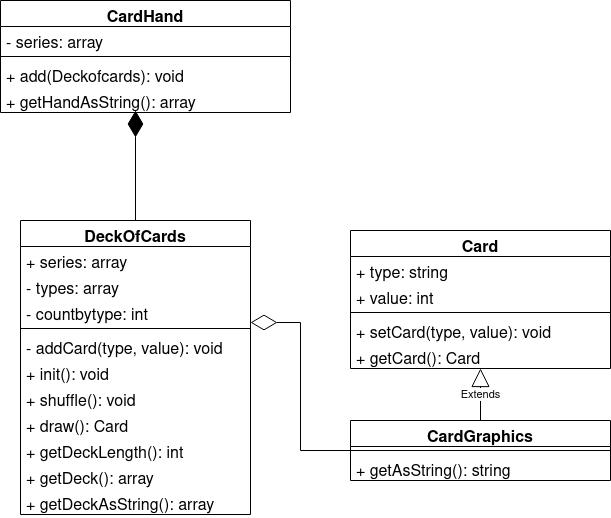
Above: public/img/uml.png in nsbcj/mvc_report (draw.io), before the change. Source tidied: cells renumbered, new cells last; positions are measured from the earlier drawing's top-left corner, leaving out a move shared by most shapes. Source of this version:
```xml
<mxGraphModel background="#FFFFFF">
  <root>
    <mxCell id="0" />
    <mxCell id="1" parent="0" />
    <mxCell id="2" value="CardHand" style="swimlane;fontStyle=1;align=center;verticalAlign=top;horizontal=1;startSize=26;fontSize=16;" parent="1" vertex="1">
      <mxGeometry width="290" height="112" as="geometry" />
    </mxCell>
    <mxCell id="3" value="- series: array" style="text;strokeColor=none;fillColor=none;align=left;verticalAlign=top;spacingLeft=4;spacingRight=4;overflow=hidden;fontSize=16;" parent="2" vertex="1">
      <mxGeometry y="26" width="290" height="26" as="geometry" />
    </mxCell>
    <mxCell id="4" style="line;strokeWidth=1;fillColor=none;align=left;verticalAlign=middle;spacingTop=-1;spacingLeft=3;spacingRight=3;labelPosition=right;strokeColor=inherit;fontSize=16;" parent="2" vertex="1">
      <mxGeometry y="52" width="290" height="8" as="geometry" />
    </mxCell>
    <mxCell id="5" value="+ add(Deckofcards): void" style="text;strokeColor=none;fillColor=none;align=left;verticalAlign=top;spacingLeft=4;spacingRight=4;overflow=hidden;fontSize=16;" parent="2" vertex="1">
      <mxGeometry y="60" width="290" height="26" as="geometry" />
    </mxCell>
    <mxCell id="6" value="+ getHandAsString(): array" style="text;strokeColor=none;fillColor=none;align=left;verticalAlign=top;spacingLeft=4;spacingRight=4;overflow=hidden;fontSize=16;" parent="2" vertex="1">
      <mxGeometry y="86" width="290" height="26" as="geometry" />
    </mxCell>
    <mxCell id="7" value="DeckOfCards" style="swimlane;fontStyle=1;align=center;verticalAlign=top;horizontal=1;startSize=26;fontSize=16;" parent="1" vertex="1">
      <mxGeometry x="20" y="220" width="230" height="294" as="geometry" />
    </mxCell>
    <mxCell id="8" value="+ series: array" style="text;strokeColor=none;fillColor=none;align=left;verticalAlign=top;spacingLeft=4;spacingRight=4;overflow=hidden;fontSize=16;" parent="7" vertex="1">
      <mxGeometry y="26" width="230" height="26" as="geometry" />
    </mxCell>
    <mxCell id="9" value="- types: array" style="text;strokeColor=none;fillColor=none;align=left;verticalAlign=top;spacingLeft=4;spacingRight=4;overflow=hidden;fontSize=16;" parent="7" vertex="1">
      <mxGeometry y="52" width="230" height="26" as="geometry" />
    </mxCell>
    <mxCell id="10" value="- countbytype: int" style="text;strokeColor=none;fillColor=none;align=left;verticalAlign=top;spacingLeft=4;spacingRight=4;overflow=hidden;fontSize=16;" parent="7" vertex="1">
      <mxGeometry y="78" width="230" height="26" as="geometry" />
    </mxCell>
    <mxCell id="11" style="line;strokeWidth=1;fillColor=none;align=left;verticalAlign=middle;spacingTop=-1;spacingLeft=3;spacingRight=3;labelPosition=right;strokeColor=inherit;fontSize=16;" parent="7" vertex="1">
      <mxGeometry y="104" width="230" height="8" as="geometry" />
    </mxCell>
    <mxCell id="12" value="- addCard(type, value): void" style="text;strokeColor=none;fillColor=none;align=left;verticalAlign=top;spacingLeft=4;spacingRight=4;overflow=hidden;fontSize=16;" parent="7" vertex="1">
      <mxGeometry y="112" width="230" height="26" as="geometry" />
    </mxCell>
    <mxCell id="13" value="+ init(): void" style="text;strokeColor=none;fillColor=none;align=left;verticalAlign=top;spacingLeft=4;spacingRight=4;overflow=hidden;fontSize=16;" parent="7" vertex="1">
      <mxGeometry y="138" width="230" height="26" as="geometry" />
    </mxCell>
    <mxCell id="14" value="+ shuffle(): void" style="text;strokeColor=none;fillColor=none;align=left;verticalAlign=top;spacingLeft=4;spacingRight=4;overflow=hidden;fontSize=16;" parent="7" vertex="1">
      <mxGeometry y="164" width="230" height="26" as="geometry" />
    </mxCell>
    <mxCell id="15" value="+ draw(): Card" style="text;strokeColor=none;fillColor=none;align=left;verticalAlign=top;spacingLeft=4;spacingRight=4;overflow=hidden;fontSize=16;" parent="7" vertex="1">
      <mxGeometry y="190" width="230" height="26" as="geometry" />
    </mxCell>
    <mxCell id="16" value="+ getDeckLength(): int" style="text;strokeColor=none;fillColor=none;align=left;verticalAlign=top;spacingLeft=4;spacingRight=4;overflow=hidden;fontSize=16;" parent="7" vertex="1">
      <mxGeometry y="216" width="230" height="26" as="geometry" />
    </mxCell>
    <mxCell id="17" value="+ getDeck(): array" style="text;strokeColor=none;fillColor=none;align=left;verticalAlign=top;spacingLeft=4;spacingRight=4;overflow=hidden;fontSize=16;" parent="7" vertex="1">
      <mxGeometry y="242" width="230" height="26" as="geometry" />
    </mxCell>
    <mxCell id="18" value="+ getDeckAsString(): array" style="text;strokeColor=none;fillColor=none;align=left;verticalAlign=top;spacingLeft=4;spacingRight=4;overflow=hidden;fontSize=16;" parent="7" vertex="1">
      <mxGeometry y="268" width="230" height="26" as="geometry" />
    </mxCell>
    <mxCell id="19" value="Card" style="swimlane;fontStyle=1;align=center;verticalAlign=top;horizontal=1;startSize=26;fontSize=16;" parent="1" vertex="1">
      <mxGeometry x="350" y="230" width="260" height="138" as="geometry" />
    </mxCell>
    <mxCell id="20" value="+ type: string" style="text;strokeColor=none;fillColor=none;align=left;verticalAlign=top;spacingLeft=4;spacingRight=4;overflow=hidden;fontSize=16;" parent="19" vertex="1">
      <mxGeometry y="26" width="260" height="26" as="geometry" />
    </mxCell>
    <mxCell id="21" value="+ value: int" style="text;strokeColor=none;fillColor=none;align=left;verticalAlign=top;spacingLeft=4;spacingRight=4;overflow=hidden;fontSize=16;" parent="19" vertex="1">
      <mxGeometry y="52" width="260" height="26" as="geometry" />
    </mxCell>
    <mxCell id="22" style="line;strokeWidth=1;fillColor=none;align=left;verticalAlign=middle;spacingTop=-1;spacingLeft=3;spacingRight=3;labelPosition=right;strokeColor=inherit;fontSize=16;" parent="19" vertex="1">
      <mxGeometry y="78" width="260" height="8" as="geometry" />
    </mxCell>
    <mxCell id="23" value="+ setCard(type, value): void" style="text;strokeColor=none;fillColor=none;align=left;verticalAlign=top;spacingLeft=4;spacingRight=4;overflow=hidden;fontSize=16;" parent="19" vertex="1">
      <mxGeometry y="86" width="260" height="26" as="geometry" />
    </mxCell>
    <mxCell id="24" value="+ getCard(): Card" style="text;strokeColor=none;fillColor=none;align=left;verticalAlign=top;spacingLeft=4;spacingRight=4;overflow=hidden;points=[[0,0.5],[1,0.5]];portConstraint=eastwest;fontSize=16;" parent="19" vertex="1">
      <mxGeometry y="112" width="260" height="26" as="geometry" />
    </mxCell>
    <mxCell id="25" value="CardGraphics" style="swimlane;fontStyle=1;align=center;verticalAlign=top;horizontal=1;startSize=26;fontSize=16;" parent="1" vertex="1">
      <mxGeometry x="350" y="420" width="260" height="60" as="geometry" />
    </mxCell>
    <mxCell id="26" style="line;strokeWidth=1;fillColor=none;align=left;verticalAlign=middle;spacingTop=-1;spacingLeft=3;spacingRight=3;labelPosition=right;strokeColor=inherit;fontSize=16;" parent="25" vertex="1">
      <mxGeometry y="26" width="260" height="8" as="geometry" />
    </mxCell>
    <mxCell id="27" value="+ getAsString(): string" style="text;strokeColor=none;fillColor=none;align=left;verticalAlign=top;spacingLeft=4;spacingRight=4;overflow=hidden;fontSize=16;" parent="25" vertex="1">
      <mxGeometry y="34" width="260" height="26" as="geometry" />
    </mxCell>
    <mxCell id="28" value="Extends" style="endArrow=block;endSize=16;endFill=0;html=1;rounded=0;exitX=0.5;exitY=0;exitDx=0;exitDy=0;" parent="1" edge="1" source="25" target="24">
      <mxGeometry relative="1" as="geometry" />
    </mxCell>
    <mxCell id="29" style="endArrow=diamondThin;endFill=1;endSize=24;html=1;rounded=0;exitX=0.5;exitY=0;exitDx=0;exitDy=0;" parent="1" edge="1" source="7">
      <mxGeometry relative="1" as="geometry">
        <mxPoint x="135" y="110" as="targetPoint" />
      </mxGeometry>
    </mxCell>
    <mxCell id="30" style="endArrow=diamondThin;endFill=0;endSize=24;html=1;rounded=0;exitX=0;exitY=0.5;exitDx=0;exitDy=0;" parent="1" edge="1" source="25">
      <mxGeometry relative="1" as="geometry">
        <mxPoint x="250" y="322" as="targetPoint" />
        <Array as="points">
          <mxPoint x="300" y="450" />
          <mxPoint x="300" y="322" />
        </Array>
      </mxGeometry>
    </mxCell>
  </root>
</mxGraphModel>
```
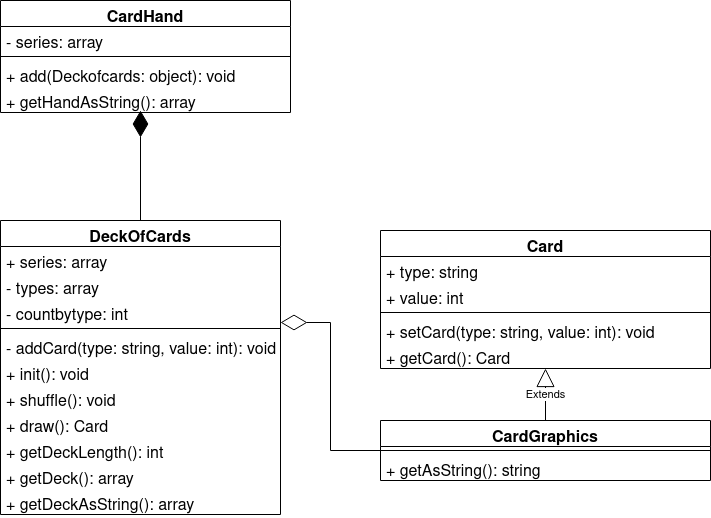
The same diagram one commit later.

What changed in the source:
```diff
@@ -3,7 +3,7 @@
     <mxCell id="0" />
     <mxCell id="1" parent="0" />
     <mxCell id="2" value="CardHand" style="swimlane;fontStyle=1;align=center;verticalAlign=top;horizontal=1;startSize=26;fontSize=16;" parent="1" vertex="1">
-      <mxGeometry width="290" height="112" as="geometry" />
+      <mxGeometry x="-30" width="290" height="112" as="geometry" />
     </mxCell>
     <mxCell id="3" value="- series: array" style="text;strokeColor=none;fillColor=none;align=left;verticalAlign=top;spacingLeft=4;spacingRight=4;overflow=hidden;fontSize=16;" parent="2" vertex="1">
       <mxGeometry y="26" width="290" height="26" as="geometry" />
@@ -11,81 +11,81 @@
     <mxCell id="4" style="line;strokeWidth=1;fillColor=none;align=left;verticalAlign=middle;spacingTop=-1;spacingLeft=3;spacingRight=3;labelPosition=right;strokeColor=inherit;fontSize=16;" parent="2" vertex="1">
       <mxGeometry y="52" width="290" height="8" as="geometry" />
     </mxCell>
-    <mxCell id="5" value="+ add(Deckofcards): void" style="text;strokeColor=none;fillColor=none;align=left;verticalAlign=top;spacingLeft=4;spacingRight=4;overflow=hidden;fontSize=16;" parent="2" vertex="1">
+    <mxCell id="5" value="+ add(Deckofcards: object): void" style="text;strokeColor=none;fillColor=none;align=left;verticalAlign=top;spacingLeft=4;spacingRight=4;overflow=hidden;fontSize=16;" parent="2" vertex="1">
       <mxGeometry y="60" width="290" height="26" as="geometry" />
     </mxCell>
     <mxCell id="6" value="+ getHandAsString(): array" style="text;strokeColor=none;fillColor=none;align=left;verticalAlign=top;spacingLeft=4;spacingRight=4;overflow=hidden;fontSize=16;" parent="2" vertex="1">
       <mxGeometry y="86" width="290" height="26" as="geometry" />
     </mxCell>
     <mxCell id="7" value="DeckOfCards" style="swimlane;fontStyle=1;align=center;verticalAlign=top;horizontal=1;startSize=26;fontSize=16;" parent="1" vertex="1">
-      <mxGeometry x="20" y="220" width="230" height="294" as="geometry" />
+      <mxGeometry x="-30" y="220" width="280" height="294" as="geometry" />
     </mxCell>
     <mxCell id="8" value="+ series: array" style="text;strokeColor=none;fillColor=none;align=left;verticalAlign=top;spacingLeft=4;spacingRight=4;overflow=hidden;fontSize=16;" parent="7" vertex="1">
-      <mxGeometry y="26" width="230" height="26" as="geometry" />
+      <mxGeometry y="26" width="280" height="26" as="geometry" />
     </mxCell>
     <mxCell id="9" value="- types: array" style="text;strokeColor=none;fillColor=none;align=left;verticalAlign=top;spacingLeft=4;spacingRight=4;overflow=hidden;fontSize=16;" parent="7" vertex="1">
-      <mxGeometry y="52" width="230" height="26" as="geometry" />
+      <mxGeometry y="52" width="280" height="26" as="geometry" />
     </mxCell>
     <mxCell id="10" value="- countbytype: int" style="text;strokeColor=none;fillColor=none;align=left;verticalAlign=top;spacingLeft=4;spacingRight=4;overflow=hidden;fontSize=16;" parent="7" vertex="1">
-      <mxGeometry y="78" width="230" height="26" as="geometry" />
+      <mxGeometry y="78" width="280" height="26" as="geometry" />
     </mxCell>
     <mxCell id="11" style="line;strokeWidth=1;fillColor=none;align=left;verticalAlign=middle;spacingTop=-1;spacingLeft=3;spacingRight=3;labelPosition=right;strokeColor=inherit;fontSize=16;" parent="7" vertex="1">
-      <mxGeometry y="104" width="230" height="8" as="geometry" />
+      <mxGeometry y="104" width="280" height="8" as="geometry" />
     </mxCell>
-    <mxCell id="12" value="- addCard(type, value): void" style="text;strokeColor=none;fillColor=none;align=left;verticalAlign=top;spacingLeft=4;spacingRight=4;overflow=hidden;fontSize=16;" parent="7" vertex="1">
-      <mxGeometry y="112" width="230" height="26" as="geometry" />
+    <mxCell id="12" value="- addCard(type: string, value: int): void" style="text;strokeColor=none;fillColor=none;align=left;verticalAlign=top;spacingLeft=4;spacingRight=4;overflow=hidden;fontSize=16;" parent="7" vertex="1">
+      <mxGeometry y="112" width="280" height="26" as="geometry" />
     </mxCell>
     <mxCell id="13" value="+ init(): void" style="text;strokeColor=none;fillColor=none;align=left;verticalAlign=top;spacingLeft=4;spacingRight=4;overflow=hidden;fontSize=16;" parent="7" vertex="1">
-      <mxGeometry y="138" width="230" height="26" as="geometry" />
+      <mxGeometry y="138" width="280" height="26" as="geometry" />
     </mxCell>
     <mxCell id="14" value="+ shuffle(): void" style="text;strokeColor=none;fillColor=none;align=left;verticalAlign=top;spacingLeft=4;spacingRight=4;overflow=hidden;fontSize=16;" parent="7" vertex="1">
-      <mxGeometry y="164" width="230" height="26" as="geometry" />
+      <mxGeometry y="164" width="280" height="26" as="geometry" />
     </mxCell>
     <mxCell id="15" value="+ draw(): Card" style="text;strokeColor=none;fillColor=none;align=left;verticalAlign=top;spacingLeft=4;spacingRight=4;overflow=hidden;fontSize=16;" parent="7" vertex="1">
-      <mxGeometry y="190" width="230" height="26" as="geometry" />
+      <mxGeometry y="190" width="280" height="26" as="geometry" />
     </mxCell>
     <mxCell id="16" value="+ getDeckLength(): int" style="text;strokeColor=none;fillColor=none;align=left;verticalAlign=top;spacingLeft=4;spacingRight=4;overflow=hidden;fontSize=16;" parent="7" vertex="1">
-      <mxGeometry y="216" width="230" height="26" as="geometry" />
+      <mxGeometry y="216" width="280" height="26" as="geometry" />
     </mxCell>
     <mxCell id="17" value="+ getDeck(): array" style="text;strokeColor=none;fillColor=none;align=left;verticalAlign=top;spacingLeft=4;spacingRight=4;overflow=hidden;fontSize=16;" parent="7" vertex="1">
-      <mxGeometry y="242" width="230" height="26" as="geometry" />
+      <mxGeometry y="242" width="280" height="26" as="geometry" />
     </mxCell>
     <mxCell id="18" value="+ getDeckAsString(): array" style="text;strokeColor=none;fillColor=none;align=left;verticalAlign=top;spacingLeft=4;spacingRight=4;overflow=hidden;fontSize=16;" parent="7" vertex="1">
-      <mxGeometry y="268" width="230" height="26" as="geometry" />
+      <mxGeometry y="268" width="280" height="26" as="geometry" />
     </mxCell>
     <mxCell id="19" value="Card" style="swimlane;fontStyle=1;align=center;verticalAlign=top;horizontal=1;startSize=26;fontSize=16;" parent="1" vertex="1">
-      <mxGeometry x="350" y="230" width="260" height="138" as="geometry" />
+      <mxGeometry x="350" y="230" width="330" height="138" as="geometry" />
     </mxCell>
     <mxCell id="20" value="+ type: string" style="text;strokeColor=none;fillColor=none;align=left;verticalAlign=top;spacingLeft=4;spacingRight=4;overflow=hidden;fontSize=16;" parent="19" vertex="1">
-      <mxGeometry y="26" width="260" height="26" as="geometry" />
+      <mxGeometry y="26" width="330" height="26" as="geometry" />
     </mxCell>
     <mxCell id="21" value="+ value: int" style="text;strokeColor=none;fillColor=none;align=left;verticalAlign=top;spacingLeft=4;spacingRight=4;overflow=hidden;fontSize=16;" parent="19" vertex="1">
-      <mxGeometry y="52" width="260" height="26" as="geometry" />
+      <mxGeometry y="52" width="330" height="26" as="geometry" />
     </mxCell>
     <mxCell id="22" style="line;strokeWidth=1;fillColor=none;align=left;verticalAlign=middle;spacingTop=-1;spacingLeft=3;spacingRight=3;labelPosition=right;strokeColor=inherit;fontSize=16;" parent="19" vertex="1">
-      <mxGeometry y="78" width="260" height="8" as="geometry" />
+      <mxGeometry y="78" width="330" height="8" as="geometry" />
     </mxCell>
-    <mxCell id="23" value="+ setCard(type, value): void" style="text;strokeColor=none;fillColor=none;align=left;verticalAlign=top;spacingLeft=4;spacingRight=4;overflow=hidden;fontSize=16;" parent="19" vertex="1">
-      <mxGeometry y="86" width="260" height="26" as="geometry" />
+    <mxCell id="23" value="+ setCard(type: string, value: int): void" style="text;strokeColor=none;fillColor=none;align=left;verticalAlign=top;spacingLeft=4;spacingRight=4;overflow=hidden;fontSize=16;" parent="19" vertex="1">
+      <mxGeometry y="86" width="330" height="26" as="geometry" />
     </mxCell>
     <mxCell id="24" value="+ getCard(): Card" style="text;strokeColor=none;fillColor=none;align=left;verticalAlign=top;spacingLeft=4;spacingRight=4;overflow=hidden;points=[[0,0.5],[1,0.5]];portConstraint=eastwest;fontSize=16;" parent="19" vertex="1">
-      <mxGeometry y="112" width="260" height="26" as="geometry" />
+      <mxGeometry y="112" width="330" height="26" as="geometry" />
     </mxCell>
     <mxCell id="25" value="CardGraphics" style="swimlane;fontStyle=1;align=center;verticalAlign=top;horizontal=1;startSize=26;fontSize=16;" parent="1" vertex="1">
-      <mxGeometry x="350" y="420" width="260" height="60" as="geometry" />
+      <mxGeometry x="350" y="420" width="330" height="60" as="geometry" />
     </mxCell>
     <mxCell id="26" style="line;strokeWidth=1;fillColor=none;align=left;verticalAlign=middle;spacingTop=-1;spacingLeft=3;spacingRight=3;labelPosition=right;strokeColor=inherit;fontSize=16;" parent="25" vertex="1">
-      <mxGeometry y="26" width="260" height="8" as="geometry" />
+      <mxGeometry y="26" width="330" height="8" as="geometry" />
     </mxCell>
     <mxCell id="27" value="+ getAsString(): string" style="text;strokeColor=none;fillColor=none;align=left;verticalAlign=top;spacingLeft=4;spacingRight=4;overflow=hidden;fontSize=16;" parent="25" vertex="1">
-      <mxGeometry y="34" width="260" height="26" as="geometry" />
+      <mxGeometry y="34" width="330" height="26" as="geometry" />
     </mxCell>
     <mxCell id="28" value="Extends" style="endArrow=block;endSize=16;endFill=0;html=1;rounded=0;exitX=0.5;exitY=0;exitDx=0;exitDy=0;" parent="1" edge="1" source="25" target="24">
       <mxGeometry relative="1" as="geometry" />
     </mxCell>
     <mxCell id="29" style="endArrow=diamondThin;endFill=1;endSize=24;html=1;rounded=0;exitX=0.5;exitY=0;exitDx=0;exitDy=0;" parent="1" edge="1" source="7">
       <mxGeometry relative="1" as="geometry">
-        <mxPoint x="135" y="110" as="targetPoint" />
+        <mxPoint x="110" y="110" as="targetPoint" />
       </mxGeometry>
     </mxCell>
     <mxCell id="30" style="endArrow=diamondThin;endFill=0;endSize=24;html=1;rounded=0;exitX=0;exitY=0.5;exitDx=0;exitDy=0;" parent="1" edge="1" source="25">
```
